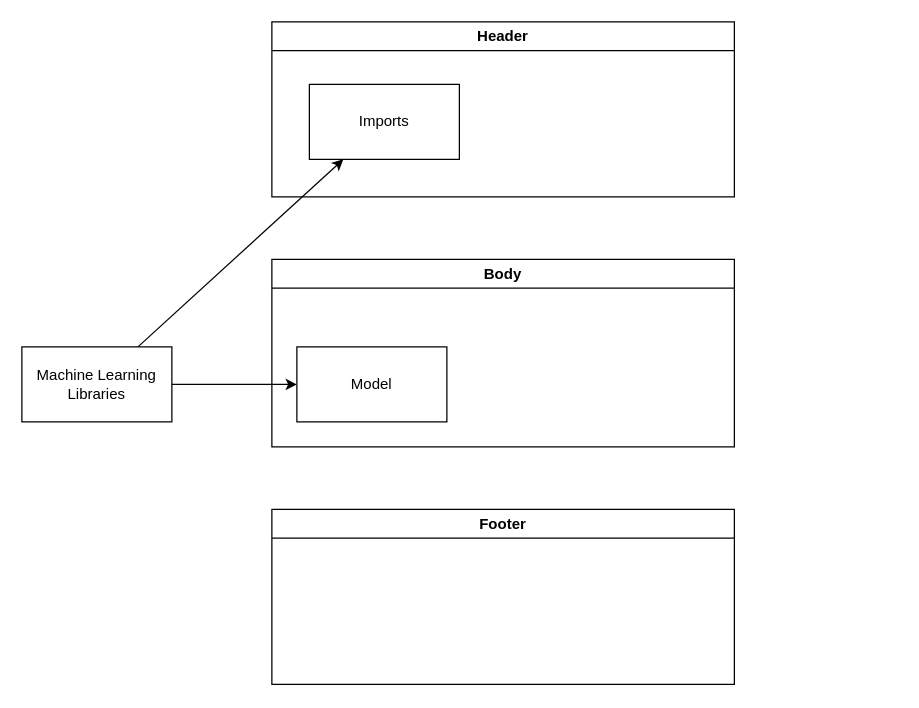
Above: Untitled Diagram.drawio in GloC99/diagrams (draw.io), before the change. Source tidied: cells renumbered, new cells numbered last; positions are measured from the earlier drawing's top-left corner, leaving out a move shared by most shapes. Both pictures are drawn from the tidied source at 125%, with x=0, y=0 at pixel (21, 21).
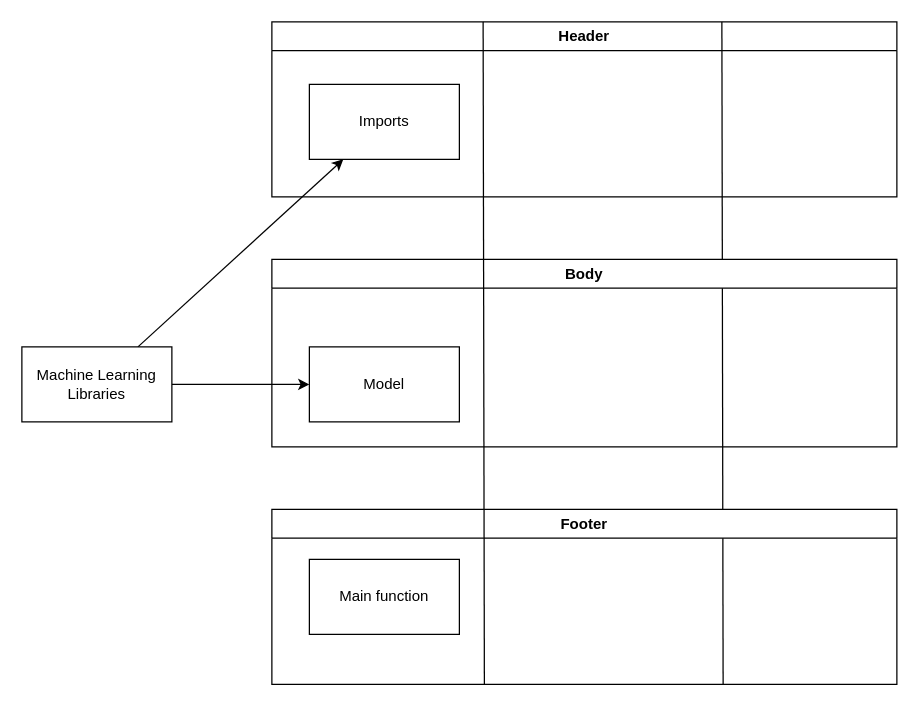
Above is the later version.

What changed in the source:
```diff
@@
 <mxGraphModel>
   <root>
     <mxCell id="0" />
     <mxCell id="1" parent="0" />
     <mxCell id="2" style="rounded=0;jettySize=auto;html=1;" parent="1" edge="1" source="4" target="6">
       <mxGeometry relative="1" as="geometry" />
     </mxCell>
     <mxCell id="3" style="rounded=0;jettySize=auto;html=1;" parent="1" edge="1" source="4" target="8">
       <mxGeometry relative="1" as="geometry" />
     </mxCell>
     <mxCell id="4" value="Machine Learning Libraries" style="rounded=0;whiteSpace=wrap;html=1;" parent="1" vertex="1">
       <mxGeometry y="260" width="120" height="60" as="geometry" />
     </mxCell>
     <mxCell id="5" value="Header" style="swimlane;whiteSpace=wrap;html=1;" parent="1" vertex="1">
-      <mxGeometry x="200" width="370" height="140" as="geometry" />
+      <mxGeometry x="200" width="500" height="140" as="geometry" />
     </mxCell>
     <mxCell id="6" value="Imports" style="rounded=0;whiteSpace=wrap;html=1;" parent="5" vertex="1">
       <mxGeometry x="30" y="50" width="120" height="60" as="geometry" />
     </mxCell>
+    <mxCell id="10" style="endArrow=none;html=1;rounded=0;entryX=0.338;entryY=0;entryDx=0;entryDy=0;entryPerimeter=0;" parent="5" edge="1">
+      <mxGeometry relative="1" as="geometry">
+        <mxPoint x="361" y="530" as="sourcePoint" />
+        <mxPoint x="360" as="targetPoint" />
+      </mxGeometry>
+    </mxCell>
     <mxCell id="7" value="Body" style="swimlane;whiteSpace=wrap;html=1;" parent="1" vertex="1">
-      <mxGeometry x="200" y="190" width="370" height="150" as="geometry" />
+      <mxGeometry x="200" y="190" width="500" height="150" as="geometry" />
     </mxCell>
     <mxCell id="8" value="Model" style="rounded=0;whiteSpace=wrap;html=1;" parent="7" vertex="1">
-      <mxGeometry x="20" y="70" width="120" height="60" as="geometry" />
+      <mxGeometry x="30" y="70" width="120" height="60" as="geometry" />
     </mxCell>
     <mxCell id="9" value="Footer" style="swimlane;whiteSpace=wrap;html=1;" parent="1" vertex="1">
-      <mxGeometry x="200" y="390" width="370" height="140" as="geometry" />
+      <mxGeometry x="200" y="390" width="500" height="140" as="geometry" />
     </mxCell>
+    <mxCell id="11" value="Main function" style="rounded=0;whiteSpace=wrap;html=1;" parent="9" vertex="1">
+      <mxGeometry x="30" y="40" width="120" height="60" as="geometry" />
+    </mxCell>
+    <mxCell id="12" style="endArrow=none;html=1;rounded=0;entryX=0.338;entryY=0;entryDx=0;entryDy=0;entryPerimeter=0;" parent="1" edge="1" target="5">
+      <mxGeometry relative="1" as="geometry">
+        <mxPoint x="370" y="530" as="sourcePoint" />
+      </mxGeometry>
+    </mxCell>
   </root>
 </mxGraphModel>
```
